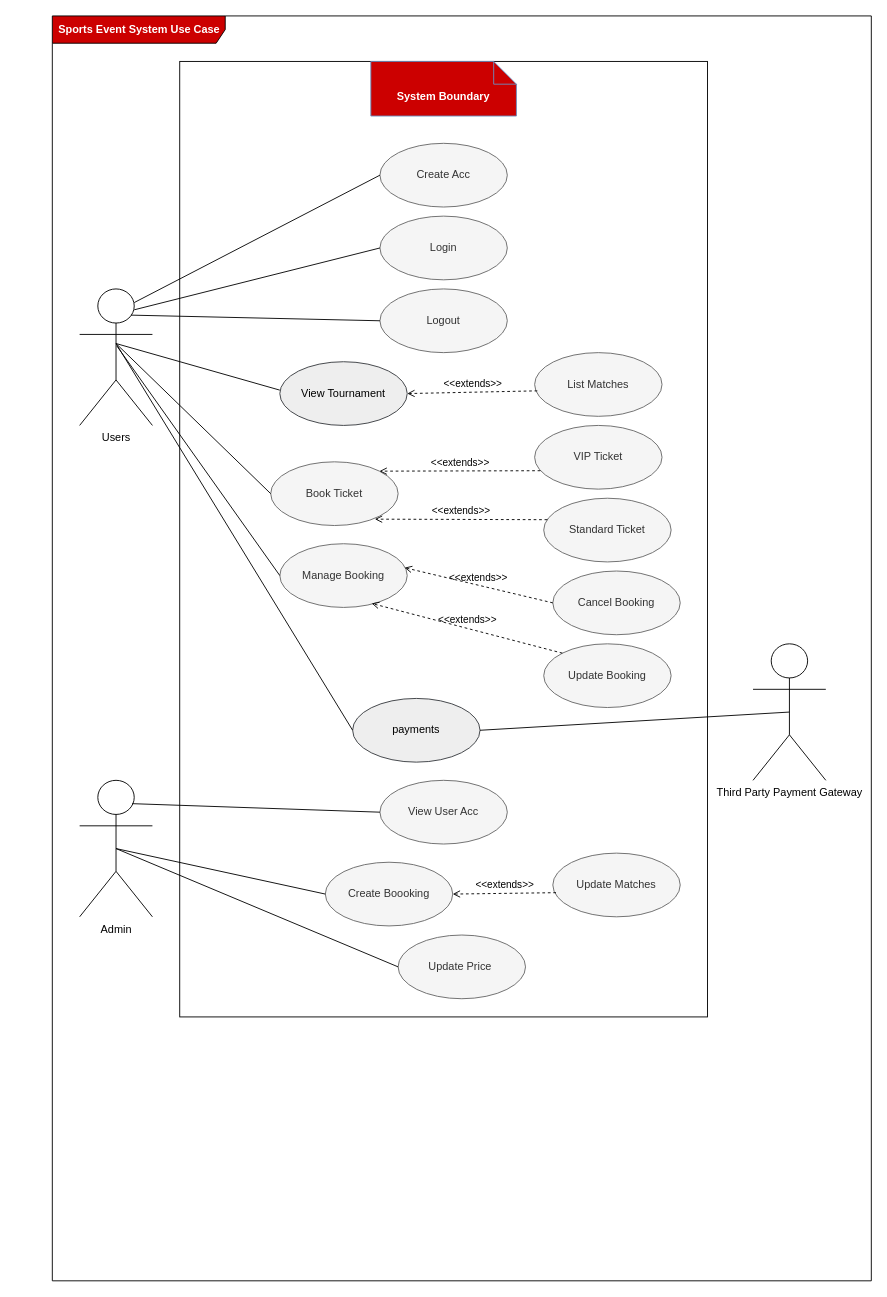
Earlier version of the draw.io diagram page "SES Use Case Diagram_v1" (1 of 3) of SES_Use_Case.drawio (mlvl974/SportsEventSystem). Source tidied: cells renumbered, new cells numbered last; positions are measured from the earlier drawing's top-left corner, leaving out a move shared by most shapes. Both pictures are drawn from the tidied source at 91%, with x=0, y=0 at pixel (52, 15).
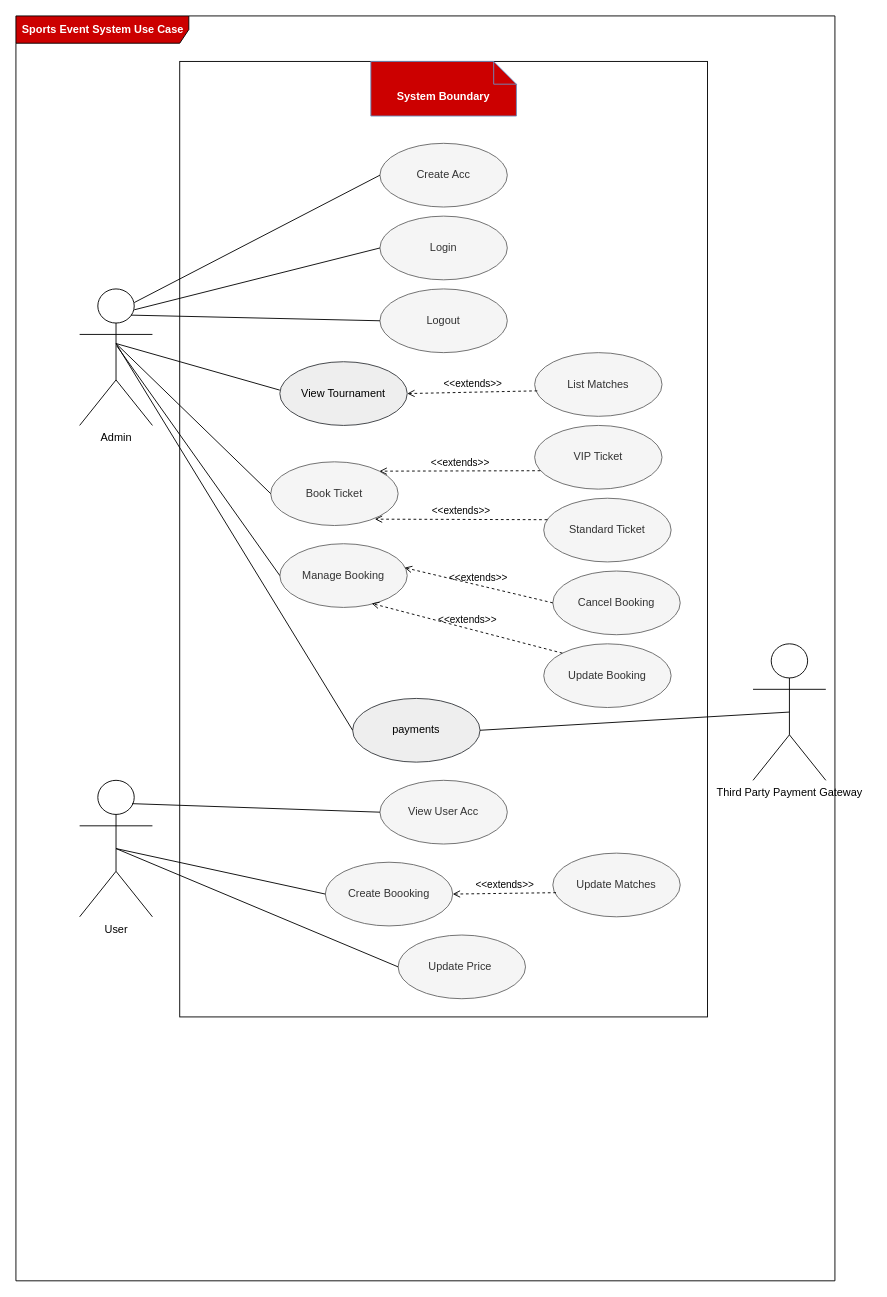
After the change.

Diff of the diagram source:
```diff
@@
     <mxCell id="2" value="&lt;font color=&quot;#ffffff&quot;&gt;&lt;b&gt;Sports Event System Use Case&lt;/b&gt;&lt;/font&gt;" style="shape=umlFrame;whiteSpace=wrap;html=1;width=190;height=30;boundedLbl=1;verticalAlign=middle;align=left;spacingLeft=5;fillColor=#CC0000;" parent="1" vertex="1">
-      <mxGeometry width="900" height="1390" as="geometry" />
+      <mxGeometry x="-40" width="900" height="1390" as="geometry" />
     </mxCell>
@@
-    <mxCell id="4" value="Users" style="shape=umlActor;verticalLabelPosition=bottom;verticalAlign=top;html=1;" parent="1" vertex="1">
+    <mxCell id="4" value="Admin" style="shape=umlActor;verticalLabelPosition=bottom;verticalAlign=top;html=1;" parent="1" vertex="1">
       <mxGeometry x="30" y="300" width="80" height="150" as="geometry" />
     </mxCell>
-    <mxCell id="5" value="Admin" style="shape=umlActor;verticalLabelPosition=bottom;verticalAlign=top;html=1;" parent="1" vertex="1">
+    <mxCell id="5" value="User" style="shape=umlActor;verticalLabelPosition=bottom;verticalAlign=top;html=1;" parent="1" vertex="1">
       <mxGeometry x="30" y="840" width="80" height="150" as="geometry" />
     </mxCell>
```
